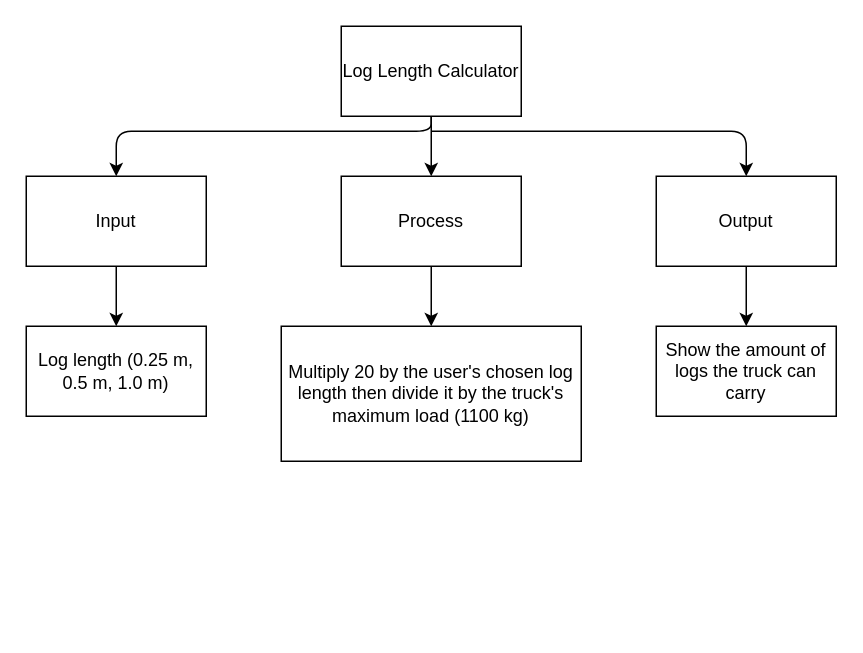
This is topdownchart.drawio from Rodas-Nega1/ics4u-unit-1-01-typescript, a draw.io file, before an edit. Source tidied: cells renumbered, new cells numbered last; positions are measured from the earlier drawing's top-left corner, leaving out a move shared by most shapes. Both pictures are drawn from the tidied source at 150%, with x=0, y=0 at pixel (26, 26).
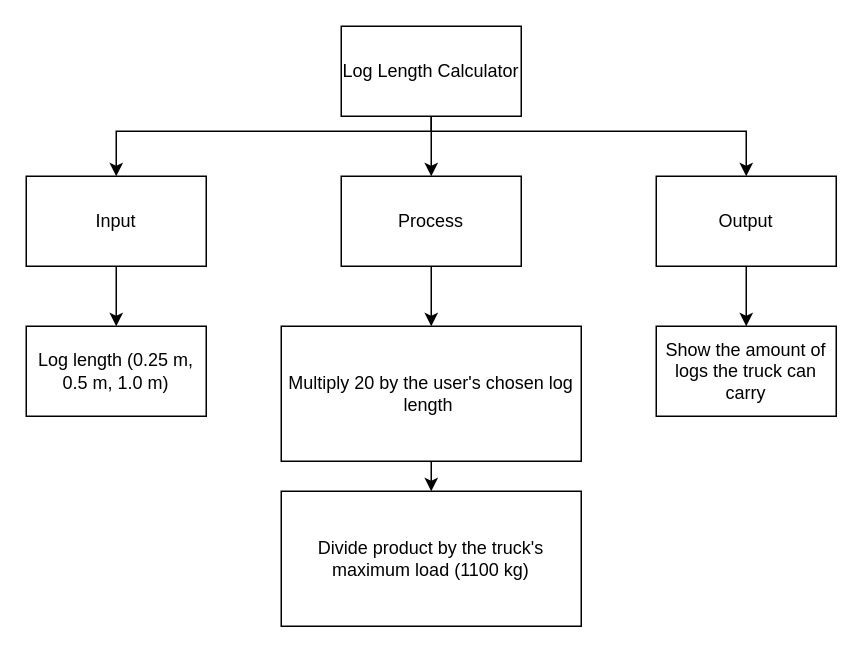
The same diagram, later.

Unchanged cells that the change refers to:
```xml
<mxCell id="5" value="Log Length Calculator" style="rounded=0;whiteSpace=wrap;html=1;" parent="1" vertex="1">
  <mxGeometry x="210" width="120" height="60" as="geometry" />
</mxCell>
<mxCell id="7" value="Output" style="rounded=0;whiteSpace=wrap;html=1;" parent="1" vertex="1">
  <mxGeometry x="420" y="100" width="120" height="60" as="geometry" />
</mxCell>
<mxCell id="11" value="Input" style="rounded=0;whiteSpace=wrap;html=1;" parent="1" vertex="1">
  <mxGeometry y="100" width="120" height="60" as="geometry" />
</mxCell>
```

Change to the diagram source:
```diff
@@
-    <mxCell id="3" style="edgeStyle=none;html=1;entryX=0.5;entryY=0;entryDx=0;entryDy=0;" parent="1" edge="1" source="5" target="11">
+    <mxCell id="3" style="edgeStyle=none;html=1;entryX=0.5;entryY=0;entryDx=0;entryDy=0;rounded=0;" parent="1" edge="1" source="5" target="11">
       <mxGeometry relative="1" as="geometry">
         <Array as="points">
           <mxPoint x="270" y="70" />
           <mxPoint x="60" y="70" />
         </Array>
       </mxGeometry>
     </mxCell>
-    <mxCell id="4" style="edgeStyle=none;html=1;entryX=0.5;entryY=0;entryDx=0;entryDy=0;" parent="1" edge="1" target="7">
+    <mxCell id="4" style="edgeStyle=none;html=1;entryX=0.5;entryY=0;entryDx=0;entryDy=0;rounded=0;" parent="1" edge="1" target="7">
       <mxGeometry relative="1" as="geometry">
         <mxPoint x="270" y="70" as="sourcePoint" />
         <Array as="points">
           <mxPoint x="480" y="70" />
         </Array>
       </mxGeometry>
     </mxCell>
@@
+    <mxCell id="15" style="edgeStyle=none;rounded=0;html=1;" parent="1" edge="1" source="14" target="16">
+      <mxGeometry relative="1" as="geometry" />
+    </mxCell>
-    <mxCell id="14" value="Multiply 20 by the user's chosen log length then divide it by the truck's maximum load (1100 kg)" style="rounded=0;whiteSpace=wrap;html=1;" parent="1" vertex="1">
+    <mxCell id="14" value="Multiply 20 by the user's chosen log length&amp;nbsp;" style="rounded=0;whiteSpace=wrap;html=1;" parent="1" vertex="1">
       <mxGeometry x="170" y="200" width="200" height="90" as="geometry" />
     </mxCell>
+    <mxCell id="16" value="Divide product by the truck's maximum load (1100 kg)" style="rounded=0;whiteSpace=wrap;html=1;" parent="1" vertex="1">
+      <mxGeometry x="170" y="310" width="200" height="90" as="geometry" />
+    </mxCell>
```
